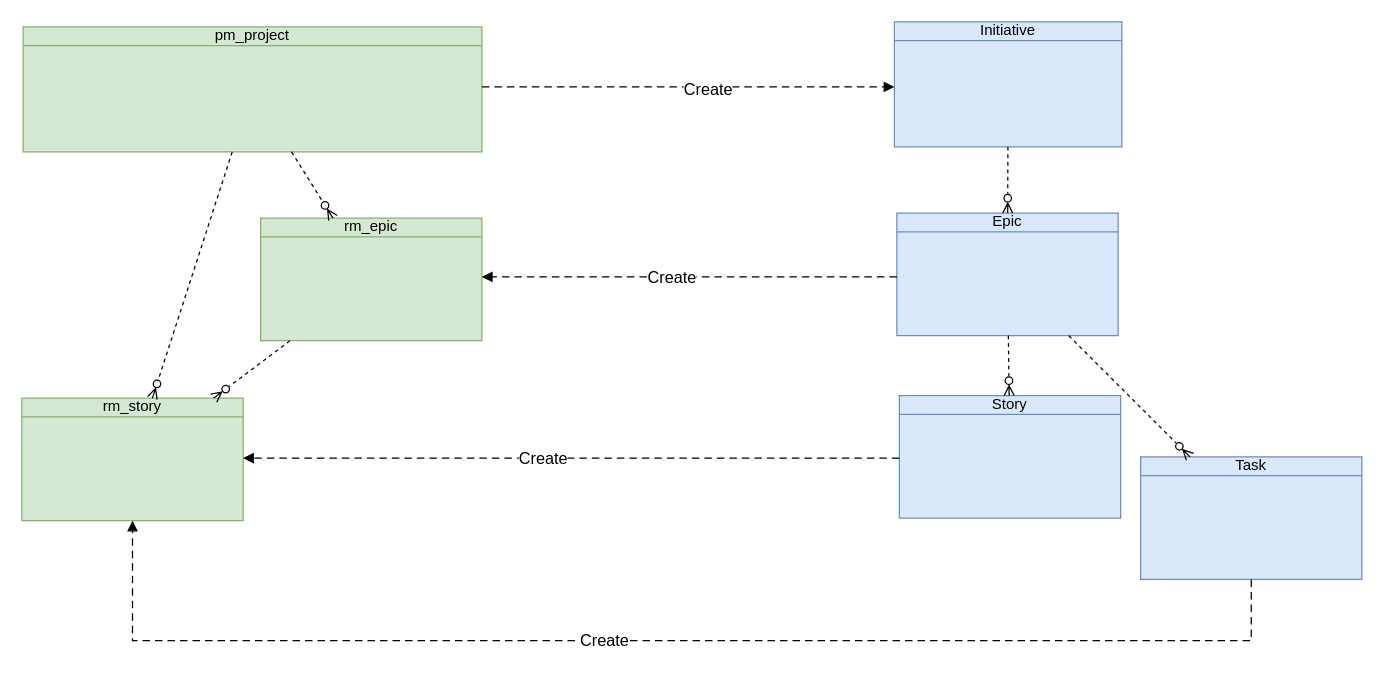
This is page "ERD" (2 of 7) of Rossmann.drawio from algimas/tmp, a draw.io file, before an edit. Source tidied: cells renumbered, new cells numbered last; positions are measured from the earlier drawing's top-left corner, leaving out a move shared by most shapes. Both pictures are drawn from the tidied source at 125%, with x=0, y=0 at pixel (21, 21).
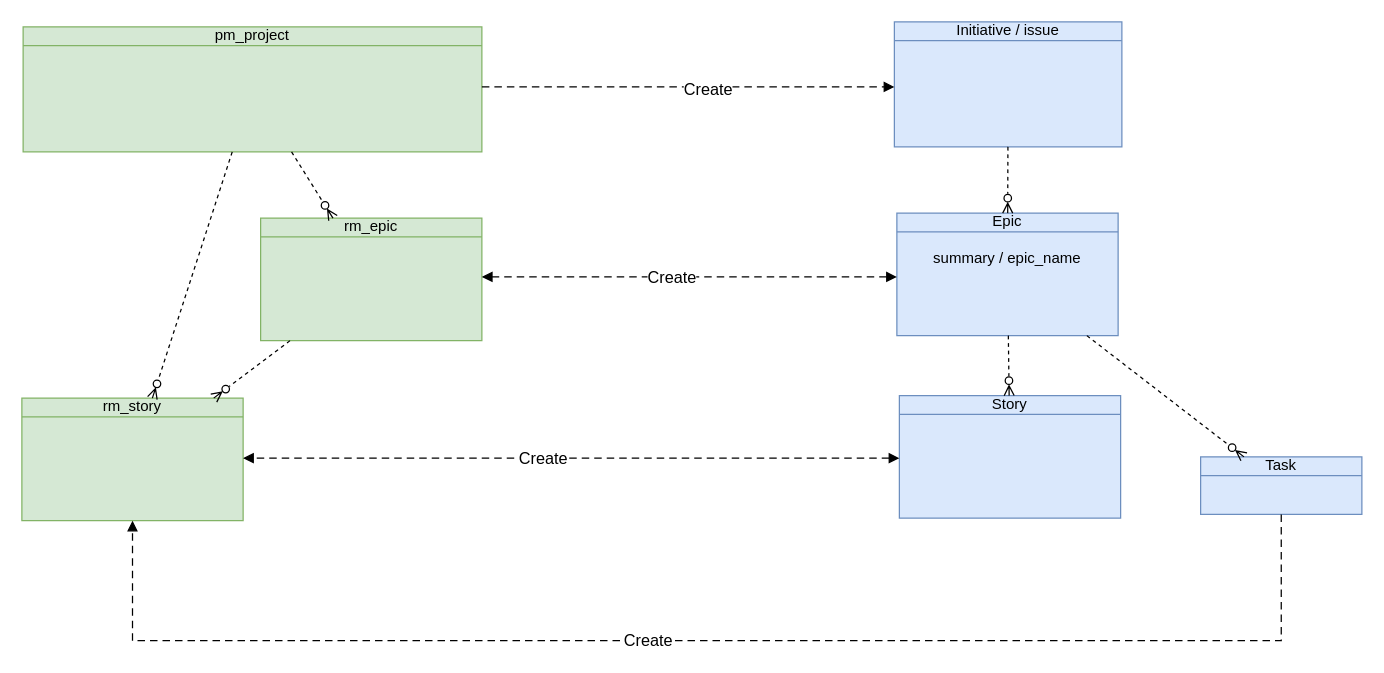
The same diagram, later.

The change refers to these unchanged cells:
```xml
<mxCell id="2" value="rm_epic" style="html=1;outlineConnect=0;whiteSpace=wrap;fillColor=#d5e8d4;shape=mxgraph.archimate3.businessObject;overflow=fill;strokeColor=#82b366;" parent="1" vertex="1">
  <mxGeometry x="191" y="157" width="177" height="98" as="geometry" />
</mxCell>
<mxCell id="3" value="rm_story" style="html=1;outlineConnect=0;whiteSpace=wrap;fillColor=#d5e8d4;shape=mxgraph.archimate3.businessObject;overflow=fill;strokeColor=#82b366;" parent="1" vertex="1">
  <mxGeometry y="301" width="177" height="98" as="geometry" />
</mxCell>
<mxCell id="9" value="Story" style="html=1;outlineConnect=0;whiteSpace=wrap;fillColor=#dae8fc;shape=mxgraph.archimate3.businessObject;overflow=fill;strokeColor=#6c8ebf;" parent="1" vertex="1">
  <mxGeometry x="702" y="299" width="177" height="98" as="geometry" />
</mxCell>
```

Diff of the diagram source:
```diff
@@
-    <mxCell id="8" value="Epic" style="html=1;outlineConnect=0;whiteSpace=wrap;fillColor=#dae8fc;shape=mxgraph.archimate3.businessObject;overflow=fill;strokeColor=#6c8ebf;" parent="1" vertex="1">
+    <mxCell id="8" value="Epic&lt;div&gt;&lt;br&gt;&lt;/div&gt;&lt;div&gt;summary / epic_name&lt;/div&gt;" style="html=1;outlineConnect=0;whiteSpace=wrap;fillColor=#dae8fc;shape=mxgraph.archimate3.businessObject;overflow=fill;strokeColor=#6c8ebf;" parent="1" vertex="1">
       <mxGeometry x="700" y="153" width="177" height="98" as="geometry" />
     </mxCell>
@@
-    <mxCell id="11" value="Initiative" style="html=1;outlineConnect=0;whiteSpace=wrap;fillColor=#dae8fc;shape=mxgraph.archimate3.businessObject;overflow=fill;strokeColor=#6c8ebf;" parent="1" vertex="1">
+    <mxCell id="11" value="Initiative / issue" style="html=1;outlineConnect=0;whiteSpace=wrap;fillColor=#dae8fc;shape=mxgraph.archimate3.businessObject;overflow=fill;strokeColor=#6c8ebf;" parent="1" vertex="1">
       <mxGeometry x="698" width="182" height="100" as="geometry" />
     </mxCell>
@@
-    <mxCell id="15" style="edgeStyle=elbowEdgeStyle;html=1;endArrow=block;dashed=1;elbow=vertical;endFill=1;dashPattern=6 4;rounded=0;" parent="1" edge="1" source="8" target="2">
+    <mxCell id="15" style="edgeStyle=elbowEdgeStyle;html=1;endArrow=block;dashed=1;elbow=vertical;endFill=1;dashPattern=6 4;rounded=0;startArrow=block;startFill=1;" parent="1" edge="1" source="8" target="2">
       <mxGeometry relative="1" as="geometry" />
     </mxCell>
@@
-    <mxCell id="17" style="edgeStyle=elbowEdgeStyle;html=1;endArrow=block;dashed=1;elbow=vertical;endFill=1;dashPattern=6 4;rounded=0;" parent="1" edge="1" source="9" target="3">
+    <mxCell id="17" style="edgeStyle=elbowEdgeStyle;html=1;endArrow=block;dashed=1;elbow=vertical;endFill=1;dashPattern=6 4;rounded=0;startArrow=block;startFill=1;" parent="1" edge="1" source="9" target="3">
       <mxGeometry relative="1" as="geometry" />
     </mxCell>
@@
     <mxCell id="19" value="Task" style="html=1;outlineConnect=0;whiteSpace=wrap;fillColor=#dae8fc;shape=mxgraph.archimate3.businessObject;overflow=fill;strokeColor=#6c8ebf;" parent="1" vertex="1">
-      <mxGeometry x="895" y="348" width="177" height="98" as="geometry" />
+      <mxGeometry x="943" y="348" width="129" height="46" as="geometry" />
     </mxCell>
```
